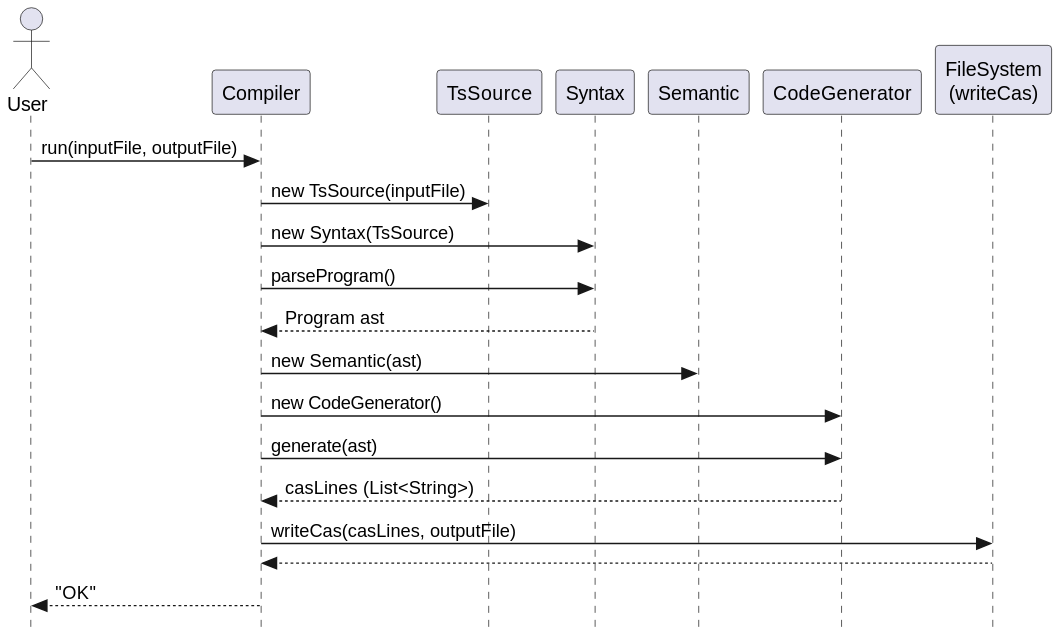
Earlier version of the PlantUML export task4/images/sequence/sequence.svg (tsurumi-shunsuke/exerciseD). The source it was exported from:
```plantuml
@startuml
hide footbox
skinparam style strictuml

actor User
participant "Compiler" as C
participant "TsSource" as TS
participant "Syntax" as SY
participant "Semantic" as SE
participant "CodeGenerator" as CG
participant "FileSystem\n(writeCas)" as FS

User -> C : run(inputFile, outputFile)

C -> TS : new TsSource(inputFile)
C -> SY : new Syntax(TsSource)

C -> SY : parseProgram()
SY --> C : Program ast

C -> SE : new Semantic(ast)

C -> CG : new CodeGenerator()
C -> CG : generate(ast)
CG --> C : casLines (List<String>)

C -> FS : writeCas(casLines, outputFile)
FS --> C :

C --> User : "OK"
@enduml
```
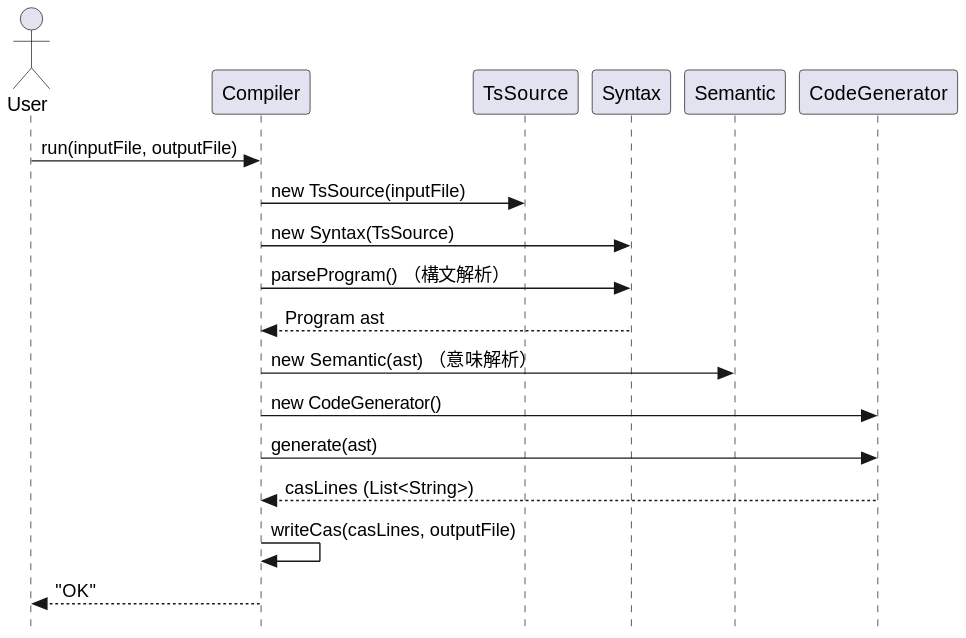
After the change.

Change to the diagram source:
```diff
@@ -8,24 +8,22 @@
 participant "Syntax" as SY
 participant "Semantic" as SE
 participant "CodeGenerator" as CG
-participant "FileSystem\n(writeCas)" as FS
 
 User -> C : run(inputFile, outputFile)
 
 C -> TS : new TsSource(inputFile)
 C -> SY : new Syntax(TsSource)
 
-C -> SY : parseProgram()
+C -> SY : parseProgram() （構文解析）
 SY --> C : Program ast
 
-C -> SE : new Semantic(ast)
+C -> SE : new Semantic(ast) （意味解析）
 
 C -> CG : new CodeGenerator()
 C -> CG : generate(ast)
 CG --> C : casLines (List<String>)
 
-C -> FS : writeCas(casLines, outputFile)
-FS --> C :
+C -> C : writeCas(casLines, outputFile)
 
 C --> User : "OK"
 @enduml
```
